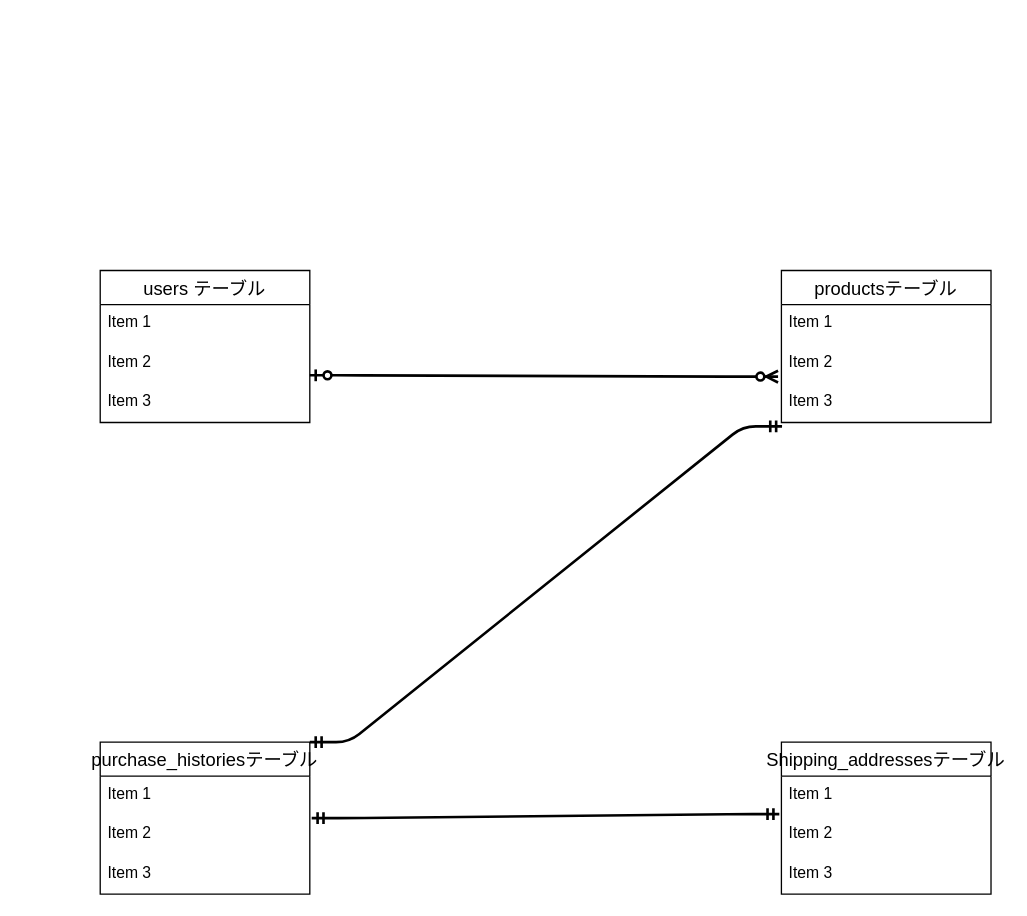
The draw.io diagram furima.dio in Rakuto-NOV/furima-38085, before the edit. Source tidied: cells renumbered, new cells numbered last; positions are measured from the earlier drawing's top-left corner, leaving out a move shared by most shapes. Both pictures are drawn from the tidied source at 131%, with x=0, y=0 at pixel (100, 270).
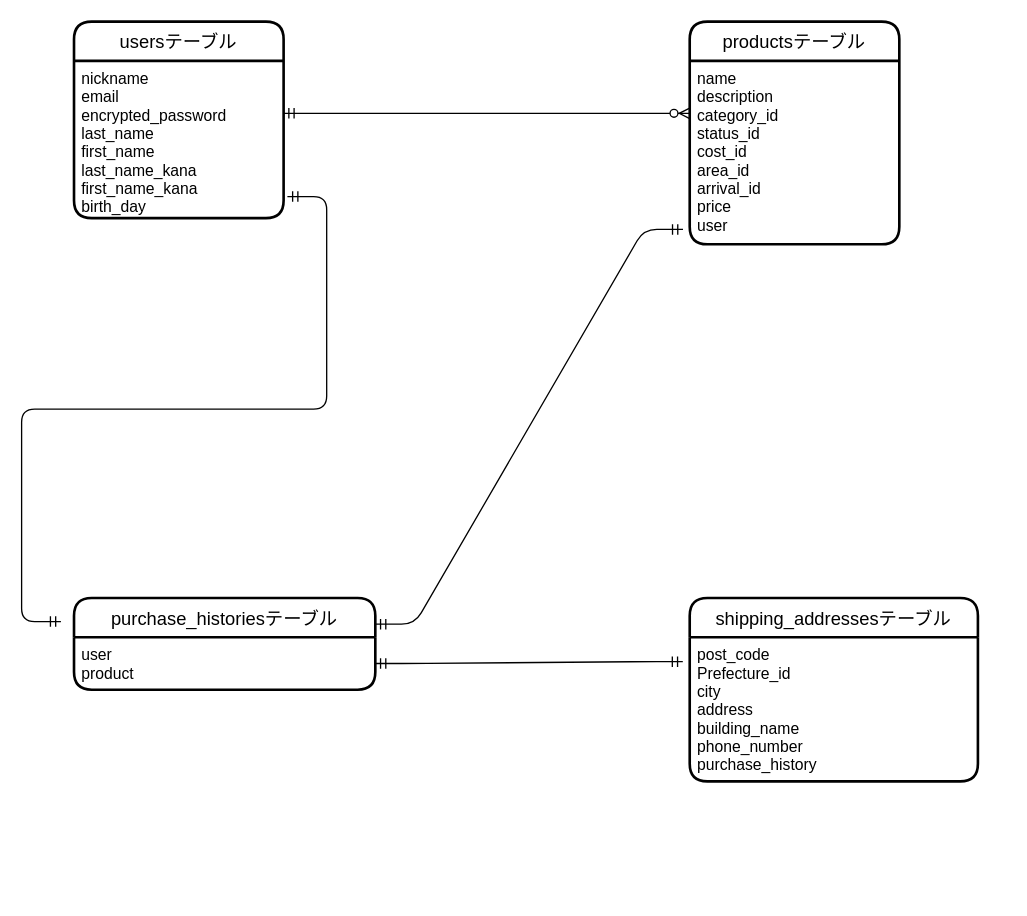
The same diagram, later.

Commit message (it also covers changes not shown here):
データベース設計　修正

What changed in the source:
```diff
@@
+    <mxCell id="21" value="usersテーブル" style="swimlane;horizontal=1;startSize=30;rounded=1;fontSize=14;fontStyle=0;strokeWidth=2;shadow=0;dashed=0;align=center;" parent="1" vertex="1">
+      <mxGeometry x="-20" y="-190" width="160" height="150" as="geometry" />
+    </mxCell>
+    <mxCell id="22" value="nickname&#10;email&#10;encrypted_password&#10;last_name &#10;first_name&#10;last_name_kana&#10;first_name_kana&#10;birth_day" style="align=left;strokeColor=none;fillColor=none;spacingLeft=4;fontSize=12;verticalAlign=top;" parent="21" vertex="1">
+      <mxGeometry y="30" width="160" height="120" as="geometry" />
+    </mxCell>
+    <mxCell id="10" value="productsテーブル" style="swimlane;horizontal=1;startSize=30;rounded=1;fontSize=14;fontStyle=0;strokeWidth=2;shadow=0;dashed=0;align=center;" parent="1" vertex="1">
+      <mxGeometry x="450" y="-190" width="160" height="170" as="geometry" />
+    </mxCell>
+    <mxCell id="23" value="name&#10;description&#10;category_id&#10;status_id&#10;cost_id&#10;area_id&#10;arrival_id&#10;price&#10;user" style="align=left;strokeColor=none;fillColor=none;spacingLeft=4;fontSize=12;verticalAlign=top;" parent="10" vertex="1">
+      <mxGeometry y="30" width="160" height="140" as="geometry" />
+    </mxCell>
-    <mxCell id="2" value="purchase_historiesテーブル" style="swimlane;fontStyle=0;horizontal=1;startSize=26;align=center;fontSize=14;" parent="1" vertex="1">
-      <mxGeometry y="360" width="160" height="116" as="geometry" />
+    <mxCell id="2" value="purchase_historiesテーブル" style="swimlane;horizontal=1;startSize=30;rounded=1;fontSize=14;fontStyle=0;strokeWidth=2;shadow=0;dashed=0;align=center;" parent="1" vertex="1">
+      <mxGeometry x="-20" y="250" width="230" height="70" as="geometry" />
     </mxCell>
-    <mxCell id="3" value="Item 1" style="text;strokeColor=none;fillColor=none;spacingLeft=4;spacingRight=4;overflow=hidden;fontSize=12;" parent="2" vertex="1">
-      <mxGeometry y="26" width="160" height="30" as="geometry" />
-    </mxCell>
-    <mxCell id="4" value="Item 2" style="text;strokeColor=none;fillColor=none;spacingLeft=4;spacingRight=4;overflow=hidden;points=[[0,0.5],[1,0.5]];portConstraint=eastwest;fontSize=12;" parent="2" vertex="1">
-      <mxGeometry y="56" width="160" height="30" as="geometry" />
-    </mxCell>
-    <mxCell id="5" value="Item 3" style="text;strokeColor=none;fillColor=none;spacingLeft=4;spacingRight=4;overflow=hidden;fontSize=12;" parent="2" vertex="1">
-      <mxGeometry y="86" width="160" height="30" as="geometry" />
-    </mxCell>
-    <mxCell id="6" value=" users テーブル" style="swimlane;fontStyle=0;horizontal=1;startSize=26;align=center;fontSize=14;" parent="1" vertex="1">
-      <mxGeometry width="160" height="116" as="geometry" />
-    </mxCell>
-    <mxCell id="7" value="Item 1" style="text;strokeColor=none;fillColor=none;spacingLeft=4;spacingRight=4;overflow=hidden;fontSize=12;" parent="6" vertex="1">
-      <mxGeometry y="26" width="160" height="30" as="geometry" />
-    </mxCell>
-    <mxCell id="8" value="Item 2" style="text;strokeColor=none;fillColor=none;spacingLeft=4;spacingRight=4;overflow=hidden;fontSize=12;" parent="6" vertex="1">
-      <mxGeometry y="56" width="160" height="30" as="geometry" />
-    </mxCell>
-    <mxCell id="9" value="Item 3" style="text;strokeColor=none;fillColor=none;spacingLeft=4;spacingRight=4;overflow=hidden;fontSize=12;" parent="6" vertex="1">
-      <mxGeometry y="86" width="160" height="30" as="geometry" />
-    </mxCell>
-    <mxCell id="10" value="productsテーブル" style="swimlane;fontStyle=0;horizontal=1;startSize=26;align=center;fontSize=14;" parent="1" vertex="1">
-      <mxGeometry x="520" width="160" height="116" as="geometry" />
-    </mxCell>
-    <mxCell id="11" value="Item 1" style="text;strokeColor=none;fillColor=none;spacingLeft=4;spacingRight=4;overflow=hidden;fontSize=12;" parent="10" vertex="1">
-      <mxGeometry y="26" width="160" height="30" as="geometry" />
-    </mxCell>
-    <mxCell id="12" value="Item 2" style="text;strokeColor=none;fillColor=none;spacingLeft=4;spacingRight=4;overflow=hidden;points=[[0,0.5],[1,0.5]];portConstraint=eastwest;fontSize=12;" parent="10" vertex="1">
-      <mxGeometry y="56" width="160" height="30" as="geometry" />
-    </mxCell>
-    <mxCell id="13" value="Item 3" style="text;strokeColor=none;fillColor=none;spacingLeft=4;spacingRight=4;overflow=hidden;points=[[0,0.5],[1,0.5]];portConstraint=eastwest;fontSize=12;" parent="10" vertex="1">
-      <mxGeometry y="86" width="160" height="30" as="geometry" />
-    </mxCell>
-    <mxCell id="14" value="Shipping_addressesテーブル" style="swimlane;fontStyle=0;horizontal=1;startSize=26;align=center;fontSize=14;" parent="1" vertex="1">
-      <mxGeometry x="520" y="360" width="160" height="116" as="geometry" />
-    </mxCell>
-    <mxCell id="15" value="Item 1" style="text;strokeColor=none;fillColor=none;spacingLeft=4;spacingRight=4;overflow=hidden;fontSize=12;" parent="14" vertex="1">
-      <mxGeometry y="26" width="160" height="30" as="geometry" />
-    </mxCell>
-    <mxCell id="16" value="Item 2" style="text;strokeColor=none;fillColor=none;spacingLeft=4;spacingRight=4;overflow=hidden;points=[[0,0.5],[1,0.5]];portConstraint=eastwest;fontSize=12;" parent="14" vertex="1">
-      <mxGeometry y="56" width="160" height="30" as="geometry" />
-    </mxCell>
-    <mxCell id="17" value="Item 3" style="text;strokeColor=none;fillColor=none;spacingLeft=4;spacingRight=4;overflow=hidden;fontSize=12;" parent="14" vertex="1">
-      <mxGeometry y="86" width="160" height="30" as="geometry" />
-    </mxCell>
-    <mxCell id="18" style="edgeStyle=entityRelationEdgeStyle;fontSize=12;html=1;endArrow=ERzeroToMany;startArrow=ERzeroToOne;sketch=0;targetPerimeterSpacing=0;strokeColor=default;strokeWidth=2;entryX=-0.016;entryY=0.833;entryDx=0;entryDy=0;entryPerimeter=0;" parent="1" edge="1" target="12">
-      <mxGeometry relative="1" as="geometry">
-        <mxPoint x="160" y="80" as="sourcePoint" />
-      </mxGeometry>
-    </mxCell>
-    <mxCell id="19" style="edgeStyle=entityRelationEdgeStyle;fontSize=12;html=1;endArrow=ERmandOne;startArrow=ERmandOne;sketch=0;targetPerimeterSpacing=0;strokeColor=default;strokeWidth=2;entryX=0.003;entryY=1.1;entryDx=0;entryDy=0;entryPerimeter=0;" parent="1" edge="1" target="13">
-      <mxGeometry relative="1" as="geometry">
-        <mxPoint x="160" y="360" as="sourcePoint" />
-      </mxGeometry>
-    </mxCell>
-    <mxCell id="20" style="edgeStyle=entityRelationEdgeStyle;fontSize=12;html=1;endArrow=ERmandOne;startArrow=ERmandOne;sketch=0;targetPerimeterSpacing=0;strokeColor=default;strokeWidth=2;exitX=1.009;exitY=0.067;exitDx=0;exitDy=0;exitPerimeter=0;entryX=-0.01;entryY=-0.033;entryDx=0;entryDy=0;entryPerimeter=0;" parent="1" edge="1" source="4" target="16">
-      <mxGeometry relative="1" as="geometry" />
-    </mxCell>
+    <mxCell id="24" value="user&#10;product" style="align=left;strokeColor=none;fillColor=none;spacingLeft=4;fontSize=12;verticalAlign=top;" parent="2" vertex="1">
+      <mxGeometry y="30" width="230" height="40" as="geometry" />
+    </mxCell>
+    <mxCell id="25" value="shipping_addressesテーブル" style="swimlane;horizontal=1;startSize=30;rounded=1;fontSize=14;fontStyle=0;strokeWidth=2;shadow=0;dashed=0;align=center;" parent="1" vertex="1">
+      <mxGeometry x="450" y="250" width="220" height="140" as="geometry" />
+    </mxCell>
+    <mxCell id="26" value="post_code&#10;Prefecture_id&#10;city&#10;address&#10;building_name&#10;phone_number&#10;purchase_history" style="align=left;strokeColor=none;fillColor=none;spacingLeft=4;fontSize=12;verticalAlign=top;" parent="25" vertex="1">
+      <mxGeometry y="30" width="220" height="110" as="geometry" />
+    </mxCell>
+    <mxCell id="27" style="edgeStyle=entityRelationEdgeStyle;fontSize=12;html=1;endArrow=ERzeroToMany;startArrow=ERmandOne;" parent="1" edge="1">
+      <mxGeometry relative="1" as="geometry">
+        <mxPoint x="140" y="-120" as="sourcePoint" />
+        <mxPoint x="450" y="-120" as="targetPoint" />
+      </mxGeometry>
+    </mxCell>
+    <mxCell id="28" style="edgeStyle=entityRelationEdgeStyle;fontSize=12;html=1;endArrow=ERmandOne;startArrow=ERmandOne;exitX=1.018;exitY=0.863;exitDx=0;exitDy=0;exitPerimeter=0;" parent="1" edge="1" source="22">
+      <mxGeometry relative="1" as="geometry">
+        <mxPoint x="-30" y="268" as="targetPoint" />
+      </mxGeometry>
+    </mxCell>
+    <mxCell id="29" style="edgeStyle=entityRelationEdgeStyle;fontSize=12;html=1;endArrow=ERmandOne;startArrow=ERmandOne;entryX=-0.032;entryY=0.919;entryDx=0;entryDy=0;entryPerimeter=0;" parent="1" edge="1" target="23">
+      <mxGeometry relative="1" as="geometry">
+        <mxPoint x="210" y="270" as="sourcePoint" />
+      </mxGeometry>
+    </mxCell>
+    <mxCell id="30" style="edgeStyle=entityRelationEdgeStyle;fontSize=12;html=1;endArrow=ERmandOne;startArrow=ERmandOne;entryX=-0.024;entryY=0.169;entryDx=0;entryDy=0;entryPerimeter=0;" parent="1" edge="1" target="26">
+      <mxGeometry relative="1" as="geometry">
+        <mxPoint x="210" y="300" as="sourcePoint" />
+      </mxGeometry>
+    </mxCell>
```
